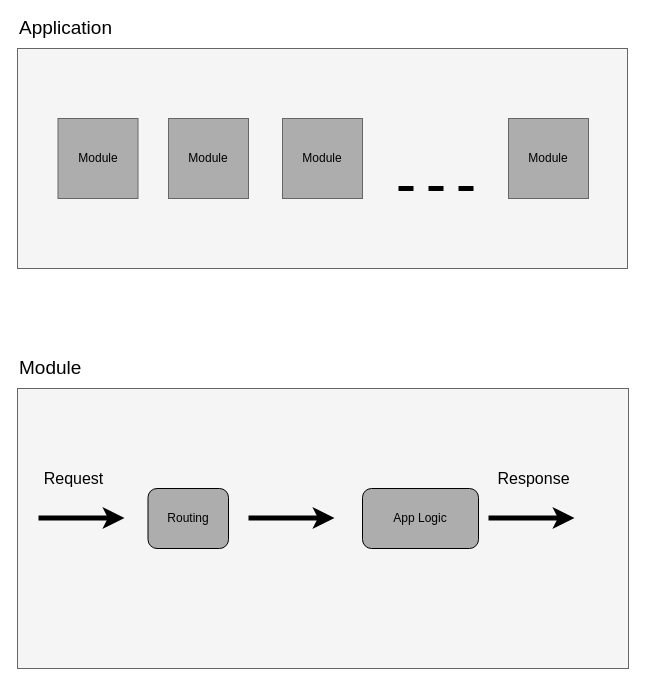
ktorio/ktor-documentation keeps this draw.io diagram as page "Page-1" (1 of 3) of diagrams/App.drawio. Above is the earlier version. Source tidied: cells renumbered, new cells numbered last; positions are measured from the earlier drawing's top-left corner, leaving out a move shared by most shapes. Both pictures are drawn from the tidied source at 100%, with x=0, y=0 at pixel (17, 18).
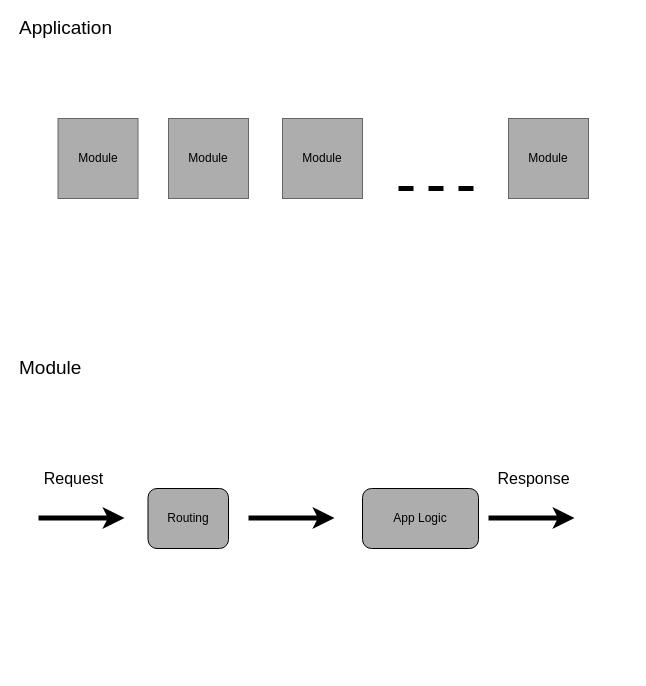
The same page after the edit.

Diff of the diagram source:
```diff
@@
-    <mxCell id="2" style="rounded=0;whiteSpace=wrap;html=1;fillColor=#f5f5f5;strokeColor=#666666;fontColor=#333333;" parent="1" vertex="1">
-      <mxGeometry y="30" width="610" height="220" as="geometry" />
-    </mxCell>
@@
-    <mxCell id="13" style="rounded=0;whiteSpace=wrap;html=1;fillColor=#f5f5f5;fontSize=12;align=left;strokeColor=#666666;fontColor=#333333;" parent="1" vertex="1">
-      <mxGeometry y="370" width="611" height="280" as="geometry" />
-    </mxCell>
```
